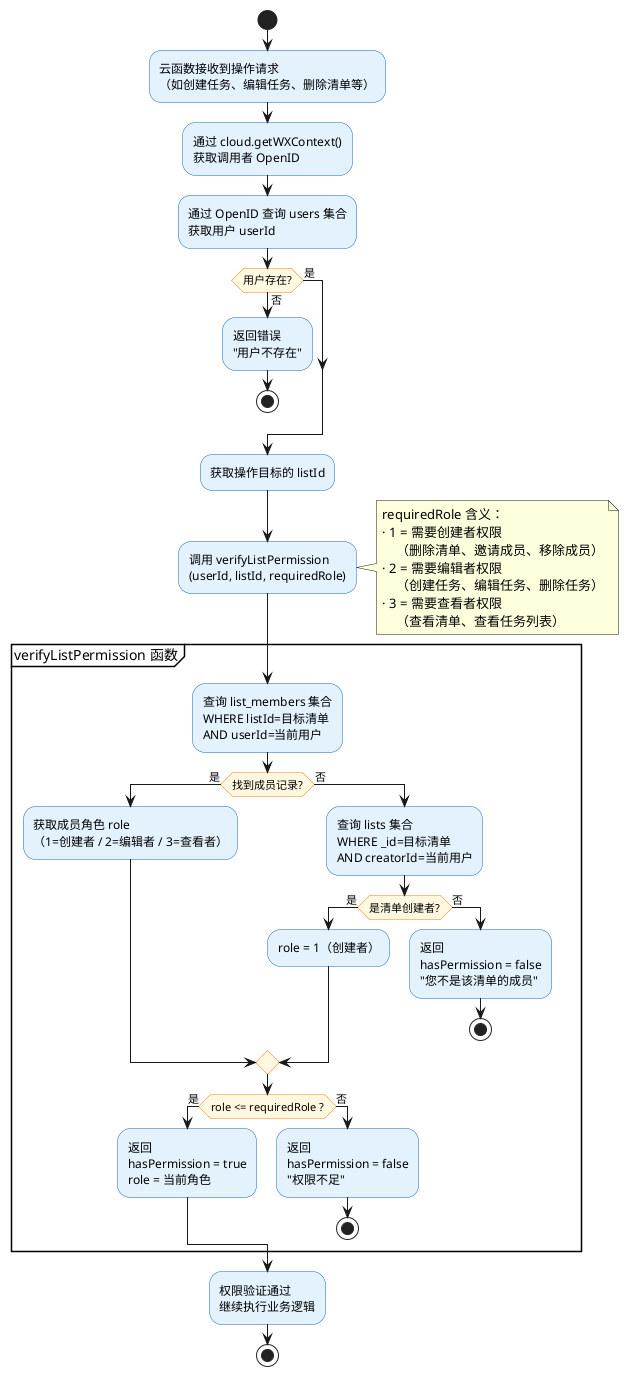
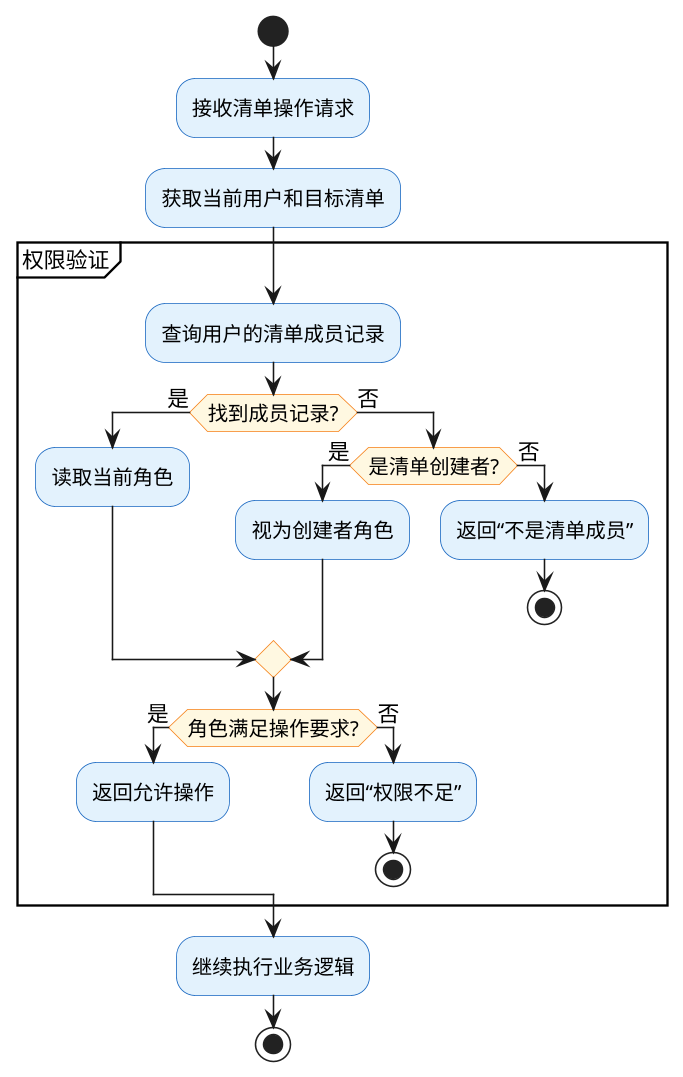
@startuml 权限验证流程图
' 图5.10 权限验证流程图
' 渲染：复制到 https://www.plantuml.com/plantuml/uml

skinparam activity {
  BackgroundColor #E3F2FD
  BorderColor #1565C0
  DiamondBackgroundColor #FFF8E1
  DiamondBorderColor #F57F17
}

+ skinparam defaultFontSize 14
+ skinparam activityFontSize 13
+ skinparam dpi 150
+ 
start

- :云函数接收到操作请求\n（如创建任务、编辑任务、删除清单等）;
+ :接收清单操作请求;
+ :获取当前用户和目标清单;

- :通过 cloud.getWXContext()\n获取调用者 OpenID;
- 
- :通过 OpenID 查询 users 集合\n获取用户 userId;
- 
- if (用户存在?) then (是)
- else (否)
-   :返回错误\n"用户不存在";
-   stop
- endif
- 
- :获取操作目标的 listId;
- 
- :调用 verifyListPermission\n(userId, listId, requiredRole);
- 
- note right
-   requiredRole 含义：
-   · 1 = 需要创建者权限
-       （删除清单、邀请成员、移除成员）
-   · 2 = 需要编辑者权限
-       （创建任务、编辑任务、删除任务）
-   · 3 = 需要查看者权限
-       （查看清单、查看任务列表）
- end note
- 
- partition "verifyListPermission 函数" {
- 
-   :查询 list_members 集合\nWHERE listId=目标清单\nAND userId=当前用户;
+ partition "权限验证" {
+   :查询用户的清单成员记录;

  if (找到成员记录?) then (是)
-     :获取成员角色 role\n（1=创建者 / 2=编辑者 / 3=查看者）;
+     :读取当前角色;
  else (否)
-     :查询 lists 集合\nWHERE _id=目标清单\nAND creatorId=当前用户;
    if (是清单创建者?) then (是)
-       :role = 1（创建者）;
+       :视为创建者角色;
    else (否)
-       :返回\nhasPermission = false\n"您不是该清单的成员";
+       :返回“不是清单成员”;
      stop
    endif
  endif

-   if (role <= requiredRole ?) then (是)
-     :返回\nhasPermission = true\nrole = 当前角色;
+   if (角色满足操作要求?) then (是)
+     :返回允许操作;
  else (否)
-     :返回\nhasPermission = false\n"权限不足";
+     :返回“权限不足”;
    stop
  endif
}

- :权限验证通过\n继续执行业务逻辑;
+ :继续执行业务逻辑;

stop

@enduml
